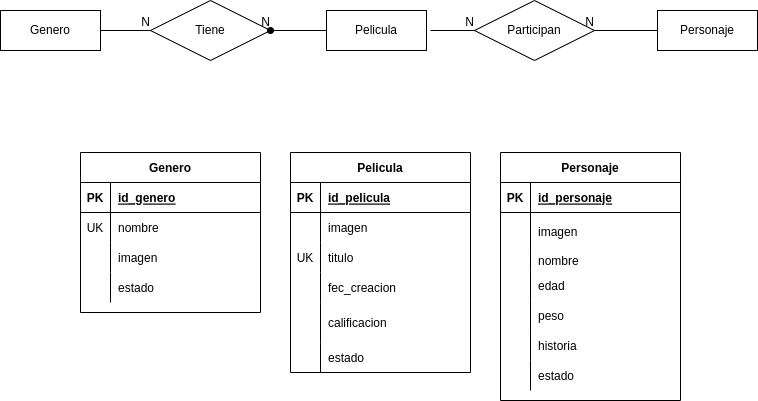
This is letra/MER Alkemy.png from Joacohbc/challenge-java, a draw.io export, as it was before one commit. Source tidied: cells renumbered, new cells last; positions are measured from the earlier drawing's top-left corner, leaving out a move shared by most shapes.
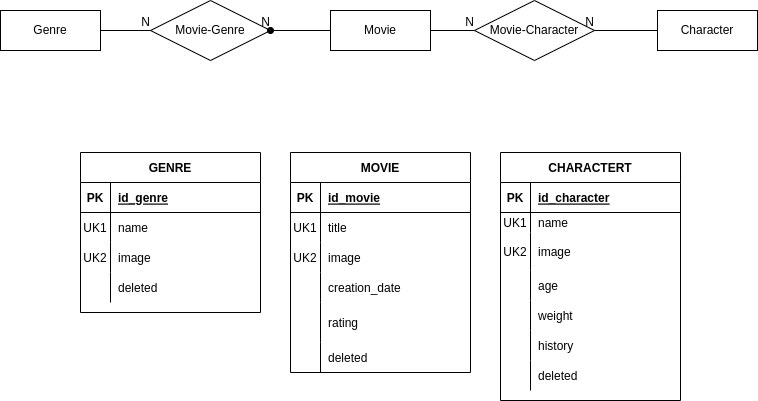
After the commit.

Change to the diagram source:
```diff
@@ -2,16 +2,16 @@
   <root>
     <mxCell id="0" />
     <mxCell id="1" parent="0" />
-    <mxCell id="2" value="Pelicula" style="whiteSpace=wrap;html=1;align=center;" parent="1" vertex="1">
+    <mxCell id="2" value="Movie" style="whiteSpace=wrap;html=1;align=center;" parent="1" vertex="1">
       <mxGeometry x="330" y="10" width="100" height="40" as="geometry" />
     </mxCell>
-    <mxCell id="3" value="Genero" style="whiteSpace=wrap;html=1;align=center;" parent="1" vertex="1">
+    <mxCell id="3" value="Genre" style="whiteSpace=wrap;html=1;align=center;" parent="1" vertex="1">
       <mxGeometry y="10" width="100" height="40" as="geometry" />
     </mxCell>
-    <mxCell id="4" value="Personaje" style="whiteSpace=wrap;html=1;align=center;" parent="1" vertex="1">
+    <mxCell id="4" value="Character" style="whiteSpace=wrap;html=1;align=center;" parent="1" vertex="1">
       <mxGeometry x="657" y="10" width="100" height="40" as="geometry" />
     </mxCell>
-    <mxCell id="5" value="Tiene" style="shape=rhombus;perimeter=rhombusPerimeter;whiteSpace=wrap;html=1;align=center;" parent="1" vertex="1">
+    <mxCell id="5" value="Movie-Genre" style="shape=rhombus;perimeter=rhombusPerimeter;whiteSpace=wrap;html=1;align=center;" parent="1" vertex="1">
       <mxGeometry x="150" width="120" height="60" as="geometry" />
     </mxCell>
     <mxCell id="6" style="endArrow=none;html=1;rounded=0;exitX=1;exitY=0.5;exitDx=0;exitDy=0;entryX=0;entryY=0.5;entryDx=0;entryDy=0;" parent="1" edge="1" source="3" target="5">
@@ -26,7 +26,7 @@
     <mxCell id="9" value="N" style="html=1;align=right;verticalAlign=bottom;" parent="8" vertex="1">
       <mxGeometry x="1" relative="1" as="geometry" />
     </mxCell>
-    <mxCell id="10" value="Participan" style="shape=rhombus;perimeter=rhombusPerimeter;whiteSpace=wrap;html=1;align=center;" parent="1" vertex="1">
+    <mxCell id="10" value="Movie-Character" style="shape=rhombus;perimeter=rhombusPerimeter;whiteSpace=wrap;html=1;align=center;" parent="1" vertex="1">
       <mxGeometry x="474" width="120" height="60" as="geometry" />
     </mxCell>
     <mxCell id="11" style="endArrow=none;html=1;rounded=0;exitX=0;exitY=0.5;exitDx=0;exitDy=0;entryX=1;entryY=0.5;entryDx=0;entryDy=0;startArrow=none;startFill=0;endFill=0;" parent="1" edge="1" source="4" target="10">
@@ -41,7 +41,7 @@
     <mxCell id="14" value="N" style="html=1;align=right;verticalAlign=bottom;" parent="13" vertex="1">
       <mxGeometry x="1" relative="1" as="geometry" />
     </mxCell>
-    <mxCell id="15" value="Personaje" style="shape=table;startSize=30;rowLines=0;fontStyle=1;align=center;" parent="1" vertex="1">
+    <mxCell id="15" value="CHARACTERT" style="shape=table;startSize=30;rowLines=0;fontStyle=1;align=center;" parent="1" vertex="1">
       <mxGeometry x="500" y="152" width="180" height="248" as="geometry" />
     </mxCell>
     <mxCell id="16" style="shape=tableRow;horizontal=0;startSize=0;swimlaneHead=0;swimlaneBody=0;fillColor=none;top=0;left=0;right=0;bottom=1;" parent="15" vertex="1">
@@ -50,34 +50,34 @@
     <mxCell id="17" value="PK" style="shape=partialRectangle;fillColor=none;top=0;left=0;bottom=0;right=0;fontStyle=1;overflow=hidden;" parent="16" vertex="1">
       <mxGeometry width="30" height="30" as="geometry" />
     </mxCell>
-    <mxCell id="18" value="id_personaje" style="shape=partialRectangle;fillColor=none;top=0;left=0;bottom=0;right=0;align=left;spacingLeft=6;fontStyle=5;overflow=hidden;" parent="16" vertex="1">
+    <mxCell id="18" value="id_character" style="shape=partialRectangle;fillColor=none;top=0;left=0;bottom=0;right=0;align=left;spacingLeft=6;fontStyle=5;overflow=hidden;" parent="16" vertex="1">
       <mxGeometry x="30" width="150" height="30" as="geometry" />
     </mxCell>
+    <mxCell id="22" style="shape=tableRow;horizontal=0;startSize=0;swimlaneHead=0;swimlaneBody=0;fillColor=none;top=0;left=0;right=0;bottom=0;" parent="15" vertex="1">
+      <mxGeometry y="60" width="180" height="20" as="geometry" />
+    </mxCell>
+    <mxCell id="23" value="UK1" style="shape=partialRectangle;fillColor=none;top=0;left=0;bottom=0;right=0;overflow=hidden;" parent="22" vertex="1">
+      <mxGeometry width="30" height="20" as="geometry" />
+    </mxCell>
+    <mxCell id="24" value="name" style="shape=partialRectangle;fillColor=none;top=0;left=0;bottom=0;right=0;align=left;spacingLeft=6;overflow=hidden;" parent="22" vertex="1">
+      <mxGeometry x="30" width="150" height="20" as="geometry" />
+    </mxCell>
     <mxCell id="19" style="shape=tableRow;horizontal=0;startSize=0;swimlaneHead=0;swimlaneBody=0;fillColor=none;top=0;left=0;right=0;bottom=0;" parent="15" vertex="1">
-      <mxGeometry y="60" width="180" height="38" as="geometry" />
+      <mxGeometry y="80" width="180" height="38" as="geometry" />
     </mxCell>
-    <mxCell id="20" style="shape=partialRectangle;fillColor=none;top=0;left=0;bottom=0;right=0;overflow=hidden;" parent="19" vertex="1">
+    <mxCell id="20" value="UK2" style="shape=partialRectangle;fillColor=none;top=0;left=0;bottom=0;right=0;overflow=hidden;" parent="19" vertex="1">
       <mxGeometry width="30" height="38" as="geometry" />
     </mxCell>
-    <mxCell id="21" value="imagen" style="shape=partialRectangle;fillColor=none;top=0;left=0;bottom=0;right=0;align=left;spacingLeft=6;overflow=hidden;" parent="19" vertex="1">
+    <mxCell id="21" value="image" style="shape=partialRectangle;fillColor=none;top=0;left=0;bottom=0;right=0;align=left;spacingLeft=6;overflow=hidden;" parent="19" vertex="1">
       <mxGeometry x="30" width="150" height="38" as="geometry" />
     </mxCell>
-    <mxCell id="22" style="shape=tableRow;horizontal=0;startSize=0;swimlaneHead=0;swimlaneBody=0;fillColor=none;top=0;left=0;right=0;bottom=0;" parent="15" vertex="1">
-      <mxGeometry y="98" width="180" height="20" as="geometry" />
-    </mxCell>
-    <mxCell id="23" style="shape=partialRectangle;fillColor=none;top=0;left=0;bottom=0;right=0;overflow=hidden;" parent="22" vertex="1">
-      <mxGeometry width="30" height="20" as="geometry" />
-    </mxCell>
-    <mxCell id="24" value="nombre" style="shape=partialRectangle;fillColor=none;top=0;left=0;bottom=0;right=0;align=left;spacingLeft=6;overflow=hidden;" parent="22" vertex="1">
-      <mxGeometry x="30" width="150" height="20" as="geometry" />
-    </mxCell>
     <mxCell id="25" style="shape=tableRow;horizontal=0;startSize=0;swimlaneHead=0;swimlaneBody=0;fillColor=none;top=0;left=0;right=0;bottom=0;" parent="15" vertex="1">
       <mxGeometry y="118" width="180" height="30" as="geometry" />
     </mxCell>
     <mxCell id="26" style="shape=partialRectangle;fillColor=none;top=0;left=0;bottom=0;right=0;overflow=hidden;" parent="25" vertex="1">
       <mxGeometry width="30" height="30" as="geometry" />
     </mxCell>
-    <mxCell id="27" value="edad" style="shape=partialRectangle;fillColor=none;top=0;left=0;bottom=0;right=0;align=left;spacingLeft=6;overflow=hidden;" parent="25" vertex="1">
+    <mxCell id="27" value="age" style="shape=partialRectangle;fillColor=none;top=0;left=0;bottom=0;right=0;align=left;spacingLeft=6;overflow=hidden;" parent="25" vertex="1">
       <mxGeometry x="30" width="150" height="30" as="geometry" />
     </mxCell>
     <mxCell id="28" style="shape=tableRow;horizontal=0;startSize=0;swimlaneHead=0;swimlaneBody=0;fillColor=none;top=0;left=0;right=0;bottom=0;" parent="15" vertex="1">
@@ -86,7 +86,7 @@
     <mxCell id="29" style="shape=partialRectangle;fillColor=none;top=0;left=0;bottom=0;right=0;overflow=hidden;" parent="28" vertex="1">
       <mxGeometry width="30" height="30" as="geometry" />
     </mxCell>
-    <mxCell id="30" value="peso" style="shape=partialRectangle;fillColor=none;top=0;left=0;bottom=0;right=0;align=left;spacingLeft=6;overflow=hidden;" parent="28" vertex="1">
+    <mxCell id="30" value="weight" style="shape=partialRectangle;fillColor=none;top=0;left=0;bottom=0;right=0;align=left;spacingLeft=6;overflow=hidden;" parent="28" vertex="1">
       <mxGeometry x="30" width="150" height="30" as="geometry" />
     </mxCell>
     <mxCell id="31" style="shape=tableRow;horizontal=0;startSize=0;swimlaneHead=0;swimlaneBody=0;fillColor=none;top=0;left=0;right=0;bottom=0;" parent="15" vertex="1">
@@ -95,7 +95,7 @@
     <mxCell id="32" style="shape=partialRectangle;fillColor=none;top=0;left=0;bottom=0;right=0;overflow=hidden;" parent="31" vertex="1">
       <mxGeometry width="30" height="30" as="geometry" />
     </mxCell>
-    <mxCell id="33" value="historia" style="shape=partialRectangle;fillColor=none;top=0;left=0;bottom=0;right=0;align=left;spacingLeft=6;overflow=hidden;" parent="31" vertex="1">
+    <mxCell id="33" value="history" style="shape=partialRectangle;fillColor=none;top=0;left=0;bottom=0;right=0;align=left;spacingLeft=6;overflow=hidden;" parent="31" vertex="1">
       <mxGeometry x="30" width="150" height="30" as="geometry" />
     </mxCell>
     <mxCell id="34" style="shape=tableRow;horizontal=0;startSize=0;swimlaneHead=0;swimlaneBody=0;fillColor=none;top=0;left=0;right=0;bottom=0;" parent="15" vertex="1">
@@ -104,10 +104,10 @@
     <mxCell id="35" style="shape=partialRectangle;fillColor=none;top=0;left=0;bottom=0;right=0;overflow=hidden;" parent="34" vertex="1">
       <mxGeometry width="30" height="30" as="geometry" />
     </mxCell>
-    <mxCell id="36" value="estado" style="shape=partialRectangle;fillColor=none;top=0;left=0;bottom=0;right=0;align=left;spacingLeft=6;overflow=hidden;" parent="34" vertex="1">
+    <mxCell id="36" value="deleted" style="shape=partialRectangle;fillColor=none;top=0;left=0;bottom=0;right=0;align=left;spacingLeft=6;overflow=hidden;" parent="34" vertex="1">
       <mxGeometry x="30" width="150" height="30" as="geometry" />
     </mxCell>
-    <mxCell id="37" value="Pelicula" style="shape=table;startSize=30;rowLines=0;fontStyle=1;align=center;" parent="1" vertex="1">
+    <mxCell id="37" value="MOVIE" style="shape=table;startSize=30;rowLines=0;fontStyle=1;align=center;" parent="1" vertex="1">
       <mxGeometry x="290" y="152" width="180" height="220" as="geometry" />
     </mxCell>
     <mxCell id="38" style="shape=tableRow;horizontal=0;startSize=0;swimlaneHead=0;swimlaneBody=0;fillColor=none;top=0;left=0;right=0;bottom=1;" parent="37" vertex="1">
@@ -116,34 +116,34 @@
     <mxCell id="39" value="PK" style="shape=partialRectangle;fillColor=none;top=0;left=0;bottom=0;right=0;fontStyle=1;overflow=hidden;" parent="38" vertex="1">
       <mxGeometry width="30" height="30" as="geometry" />
     </mxCell>
-    <mxCell id="40" value="id_pelicula" style="shape=partialRectangle;fillColor=none;top=0;left=0;bottom=0;right=0;align=left;spacingLeft=6;fontStyle=5;overflow=hidden;" parent="38" vertex="1">
+    <mxCell id="40" value="id_movie" style="shape=partialRectangle;fillColor=none;top=0;left=0;bottom=0;right=0;align=left;spacingLeft=6;fontStyle=5;overflow=hidden;" parent="38" vertex="1">
       <mxGeometry x="30" width="150" height="30" as="geometry" />
     </mxCell>
+    <mxCell id="44" style="shape=tableRow;horizontal=0;startSize=0;swimlaneHead=0;swimlaneBody=0;fillColor=none;top=0;left=0;right=0;bottom=0;" parent="37" vertex="1">
+      <mxGeometry y="60" width="180" height="30" as="geometry" />
+    </mxCell>
+    <mxCell id="45" value="UK1" style="shape=partialRectangle;fillColor=none;top=0;left=0;bottom=0;right=0;overflow=hidden;" parent="44" vertex="1">
+      <mxGeometry width="30" height="30" as="geometry" />
+    </mxCell>
+    <mxCell id="46" value="title" style="shape=partialRectangle;fillColor=none;top=0;left=0;bottom=0;right=0;align=left;spacingLeft=6;overflow=hidden;" parent="44" vertex="1">
+      <mxGeometry x="30" width="150" height="30" as="geometry" />
+    </mxCell>
     <mxCell id="41" style="shape=tableRow;horizontal=0;startSize=0;swimlaneHead=0;swimlaneBody=0;fillColor=none;top=0;left=0;right=0;bottom=0;" parent="37" vertex="1">
-      <mxGeometry y="60" width="180" height="30" as="geometry" />
+      <mxGeometry y="90" width="180" height="30" as="geometry" />
     </mxCell>
-    <mxCell id="42" style="shape=partialRectangle;fillColor=none;top=0;left=0;bottom=0;right=0;overflow=hidden;" parent="41" vertex="1">
+    <mxCell id="42" value="UK2" style="shape=partialRectangle;fillColor=none;top=0;left=0;bottom=0;right=0;overflow=hidden;" parent="41" vertex="1">
       <mxGeometry width="30" height="30" as="geometry" />
     </mxCell>
-    <mxCell id="43" value="imagen" style="shape=partialRectangle;fillColor=none;top=0;left=0;bottom=0;right=0;align=left;spacingLeft=6;overflow=hidden;" parent="41" vertex="1">
+    <mxCell id="43" value="image" style="shape=partialRectangle;fillColor=none;top=0;left=0;bottom=0;right=0;align=left;spacingLeft=6;overflow=hidden;" parent="41" vertex="1">
       <mxGeometry x="30" width="150" height="30" as="geometry" />
     </mxCell>
-    <mxCell id="44" style="shape=tableRow;horizontal=0;startSize=0;swimlaneHead=0;swimlaneBody=0;fillColor=none;top=0;left=0;right=0;bottom=0;" parent="37" vertex="1">
-      <mxGeometry y="90" width="180" height="30" as="geometry" />
-    </mxCell>
-    <mxCell id="45" value="UK" style="shape=partialRectangle;fillColor=none;top=0;left=0;bottom=0;right=0;overflow=hidden;" parent="44" vertex="1">
-      <mxGeometry width="30" height="30" as="geometry" />
-    </mxCell>
-    <mxCell id="46" value="titulo" style="shape=partialRectangle;fillColor=none;top=0;left=0;bottom=0;right=0;align=left;spacingLeft=6;overflow=hidden;" parent="44" vertex="1">
-      <mxGeometry x="30" width="150" height="30" as="geometry" />
-    </mxCell>
     <mxCell id="47" style="shape=tableRow;horizontal=0;startSize=0;swimlaneHead=0;swimlaneBody=0;fillColor=none;top=0;left=0;right=0;bottom=0;" parent="37" vertex="1">
       <mxGeometry y="120" width="180" height="30" as="geometry" />
     </mxCell>
     <mxCell id="48" style="shape=partialRectangle;fillColor=none;top=0;left=0;bottom=0;right=0;overflow=hidden;" parent="47" vertex="1">
       <mxGeometry width="30" height="30" as="geometry" />
     </mxCell>
-    <mxCell id="49" value="fec_creacion" style="shape=partialRectangle;fillColor=none;top=0;left=0;bottom=0;right=0;align=left;spacingLeft=6;overflow=hidden;" parent="47" vertex="1">
+    <mxCell id="49" value="creation_date" style="shape=partialRectangle;fillColor=none;top=0;left=0;bottom=0;right=0;align=left;spacingLeft=6;overflow=hidden;" parent="47" vertex="1">
       <mxGeometry x="30" width="150" height="30" as="geometry" />
     </mxCell>
     <mxCell id="50" style="shape=tableRow;horizontal=0;startSize=0;swimlaneHead=0;swimlaneBody=0;fillColor=none;top=0;left=0;right=0;bottom=0;" parent="37" vertex="1">
@@ -152,7 +152,7 @@
     <mxCell id="51" style="shape=partialRectangle;fillColor=none;top=0;left=0;bottom=0;right=0;overflow=hidden;" parent="50" vertex="1">
       <mxGeometry width="30" height="40" as="geometry" />
     </mxCell>
-    <mxCell id="52" value="calificacion" style="shape=partialRectangle;fillColor=none;top=0;left=0;bottom=0;right=0;align=left;spacingLeft=6;overflow=hidden;" parent="50" vertex="1">
+    <mxCell id="52" value="rating" style="shape=partialRectangle;fillColor=none;top=0;left=0;bottom=0;right=0;align=left;spacingLeft=6;overflow=hidden;" parent="50" vertex="1">
       <mxGeometry x="30" width="150" height="40" as="geometry" />
     </mxCell>
     <mxCell id="53" style="shape=tableRow;horizontal=0;startSize=0;swimlaneHead=0;swimlaneBody=0;fillColor=none;top=0;left=0;right=0;bottom=0;" parent="37" vertex="1">
@@ -161,10 +161,10 @@
     <mxCell id="54" style="shape=partialRectangle;fillColor=none;top=0;left=0;bottom=0;right=0;overflow=hidden;" parent="53" vertex="1">
       <mxGeometry width="30" height="30" as="geometry" />
     </mxCell>
-    <mxCell id="55" value="estado" style="shape=partialRectangle;fillColor=none;top=0;left=0;bottom=0;right=0;align=left;spacingLeft=6;overflow=hidden;" parent="53" vertex="1">
+    <mxCell id="55" value="deleted" style="shape=partialRectangle;fillColor=none;top=0;left=0;bottom=0;right=0;align=left;spacingLeft=6;overflow=hidden;" parent="53" vertex="1">
       <mxGeometry x="30" width="150" height="30" as="geometry" />
     </mxCell>
-    <mxCell id="56" value="Genero" style="shape=table;startSize=30;rowLines=0;fontStyle=1;align=center;" parent="1" vertex="1">
+    <mxCell id="56" value="GENRE" style="shape=table;startSize=30;rowLines=0;fontStyle=1;align=center;" parent="1" vertex="1">
       <mxGeometry x="80" y="152" width="180" height="160" as="geometry" />
     </mxCell>
     <mxCell id="57" style="shape=tableRow;horizontal=0;startSize=0;swimlaneHead=0;swimlaneBody=0;fillColor=none;top=0;left=0;right=0;bottom=1;" parent="56" vertex="1">
@@ -173,25 +173,25 @@
     <mxCell id="58" value="PK" style="shape=partialRectangle;fillColor=none;top=0;left=0;bottom=0;right=0;fontStyle=1;overflow=hidden;" parent="57" vertex="1">
       <mxGeometry width="30" height="30" as="geometry" />
     </mxCell>
-    <mxCell id="59" value="id_genero" style="shape=partialRectangle;fillColor=none;top=0;left=0;bottom=0;right=0;align=left;spacingLeft=6;fontStyle=5;overflow=hidden;" parent="57" vertex="1">
+    <mxCell id="59" value="id_genre" style="shape=partialRectangle;fillColor=none;top=0;left=0;bottom=0;right=0;align=left;spacingLeft=6;fontStyle=5;overflow=hidden;" parent="57" vertex="1">
       <mxGeometry x="30" width="150" height="30" as="geometry" />
     </mxCell>
     <mxCell id="60" style="shape=tableRow;horizontal=0;startSize=0;swimlaneHead=0;swimlaneBody=0;fillColor=none;top=0;left=0;right=0;bottom=0;" parent="56" vertex="1">
       <mxGeometry y="60" width="180" height="30" as="geometry" />
     </mxCell>
-    <mxCell id="61" value="UK" style="shape=partialRectangle;fillColor=none;top=0;left=0;bottom=0;right=0;overflow=hidden;" parent="60" vertex="1">
+    <mxCell id="61" value="UK1" style="shape=partialRectangle;fillColor=none;top=0;left=0;bottom=0;right=0;overflow=hidden;" parent="60" vertex="1">
       <mxGeometry width="30" height="30" as="geometry" />
     </mxCell>
-    <mxCell id="62" value="nombre" style="shape=partialRectangle;fillColor=none;top=0;left=0;bottom=0;right=0;align=left;spacingLeft=6;overflow=hidden;" parent="60" vertex="1">
+    <mxCell id="62" value="name" style="shape=partialRectangle;fillColor=none;top=0;left=0;bottom=0;right=0;align=left;spacingLeft=6;overflow=hidden;" parent="60" vertex="1">
       <mxGeometry x="30" width="150" height="30" as="geometry" />
     </mxCell>
     <mxCell id="63" style="shape=tableRow;horizontal=0;startSize=0;swimlaneHead=0;swimlaneBody=0;fillColor=none;top=0;left=0;right=0;bottom=0;" parent="56" vertex="1">
       <mxGeometry y="90" width="180" height="30" as="geometry" />
     </mxCell>
-    <mxCell id="64" style="shape=partialRectangle;fillColor=none;top=0;left=0;bottom=0;right=0;overflow=hidden;" parent="63" vertex="1">
+    <mxCell id="64" value="UK2" style="shape=partialRectangle;fillColor=none;top=0;left=0;bottom=0;right=0;overflow=hidden;" parent="63" vertex="1">
       <mxGeometry width="30" height="30" as="geometry" />
     </mxCell>
-    <mxCell id="65" value="imagen" style="shape=partialRectangle;fillColor=none;top=0;left=0;bottom=0;right=0;align=left;spacingLeft=6;overflow=hidden;" parent="63" vertex="1">
+    <mxCell id="65" value="image" style="shape=partialRectangle;fillColor=none;top=0;left=0;bottom=0;right=0;align=left;spacingLeft=6;overflow=hidden;" parent="63" vertex="1">
       <mxGeometry x="30" width="150" height="30" as="geometry" />
     </mxCell>
     <mxCell id="66" style="shape=tableRow;horizontal=0;startSize=0;swimlaneHead=0;swimlaneBody=0;fillColor=none;top=0;left=0;right=0;bottom=0;" parent="56" vertex="1">
@@ -200,7 +200,7 @@
     <mxCell id="67" style="shape=partialRectangle;fillColor=none;top=0;left=0;bottom=0;right=0;overflow=hidden;" parent="66" vertex="1">
       <mxGeometry width="30" height="30" as="geometry" />
     </mxCell>
-    <mxCell id="68" value="estado" style="shape=partialRectangle;fillColor=none;top=0;left=0;bottom=0;right=0;align=left;spacingLeft=6;overflow=hidden;" parent="66" vertex="1">
+    <mxCell id="68" value="deleted" style="shape=partialRectangle;fillColor=none;top=0;left=0;bottom=0;right=0;align=left;spacingLeft=6;overflow=hidden;" parent="66" vertex="1">
       <mxGeometry x="30" width="150" height="30" as="geometry" />
     </mxCell>
   </root>
```
